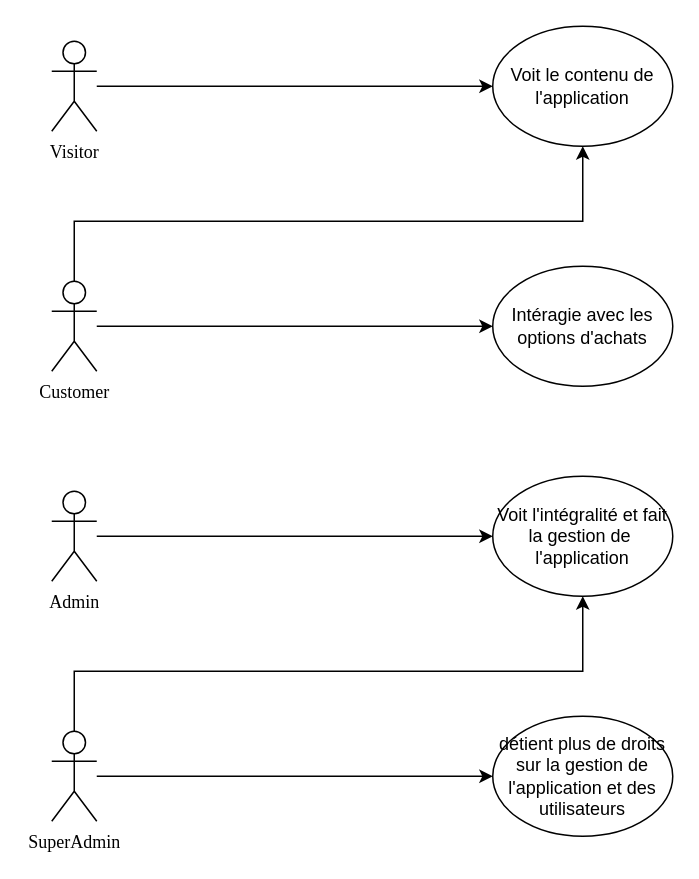
Earlier version of the draw.io diagram Projet4.drawio (Ashura100/Projet4). Source tidied: cells renumbered, new cells numbered last; positions are measured from the earlier drawing's top-left corner, leaving out a move shared by most shapes. Both pictures are drawn from the tidied source at 150%, with x=0, y=0 at pixel (51, 26).
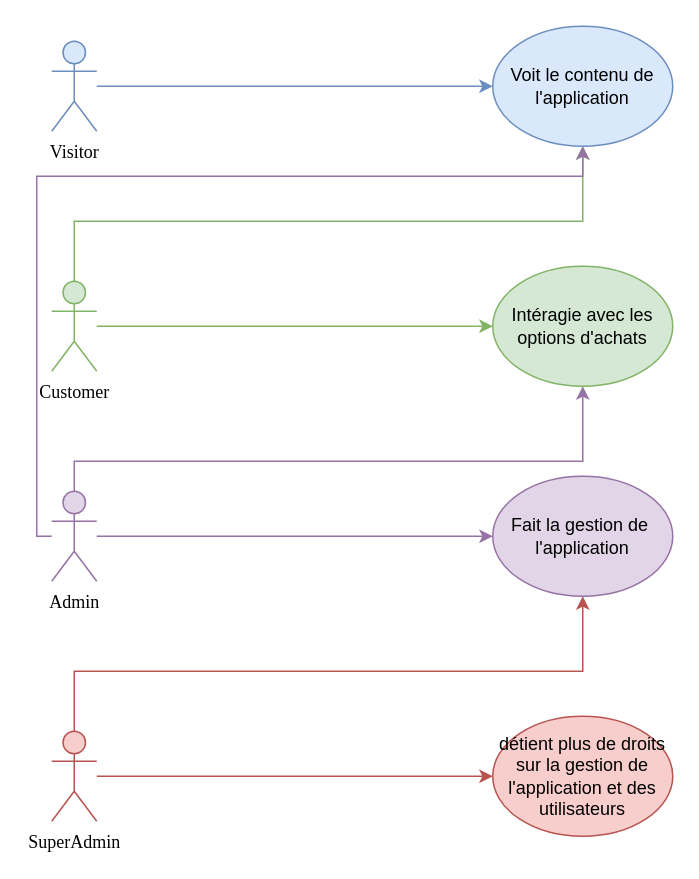
The same diagram, later.

Commit message:
Mettre à jour Projet4.drawio

What changed in the source:
```diff
@@
-    <mxCell id="2" style="edgeStyle=orthogonalEdgeStyle;rounded=0;jettySize=auto;html=1;entryX=0;entryY=0.5;entryDx=0;entryDy=0;" parent="1" edge="1" source="3" target="12">
+    <mxCell id="2" style="edgeStyle=orthogonalEdgeStyle;rounded=0;jettySize=auto;html=1;entryX=0;entryY=0.5;entryDx=0;entryDy=0;fillColor=#dae8fc;strokeColor=#6c8ebf;" parent="1" edge="1" source="3" target="12">
       <mxGeometry relative="1" as="geometry" />
     </mxCell>
-    <mxCell id="3" value="Visitor&lt;div&gt;&lt;br&gt;&lt;/div&gt;" style="shape=umlActor;verticalLabelPosition=bottom;verticalAlign=top;html=1;outlineConnect=0;fontFamily=Times New Roman;" parent="1" vertex="1">
+    <mxCell id="3" value="Visitor&lt;div&gt;&lt;br&gt;&lt;/div&gt;" style="shape=umlActor;verticalLabelPosition=bottom;verticalAlign=top;html=1;outlineConnect=0;fontFamily=Times New Roman;fillColor=#dae8fc;strokeColor=#6c8ebf;" parent="1" vertex="1">
       <mxGeometry y="10" width="30" height="60" as="geometry" />
     </mxCell>
-    <mxCell id="4" style="edgeStyle=orthogonalEdgeStyle;rounded=0;jettySize=auto;html=1;" parent="1" edge="1" source="6" target="13">
+    <mxCell id="4" style="edgeStyle=orthogonalEdgeStyle;rounded=0;jettySize=auto;html=1;fillColor=#d5e8d4;strokeColor=#82b366;" parent="1" edge="1" source="6" target="13">
       <mxGeometry relative="1" as="geometry" />
     </mxCell>
-    <mxCell id="5" style="edgeStyle=orthogonalEdgeStyle;rounded=0;jettySize=auto;html=1;" parent="1" edge="1" source="6" target="12">
+    <mxCell id="5" style="edgeStyle=orthogonalEdgeStyle;rounded=0;jettySize=auto;html=1;fillColor=#d5e8d4;strokeColor=#82b366;" parent="1" edge="1" source="6" target="12">
       <mxGeometry relative="1" as="geometry">
         <Array as="points">
           <mxPoint x="15" y="130" />
           <mxPoint x="354" y="130" />
         </Array>
       </mxGeometry>
     </mxCell>
-    <mxCell id="6" value="&lt;font face=&quot;Times New Roman&quot;&gt;Customer&lt;/font&gt;" style="shape=umlActor;verticalLabelPosition=bottom;verticalAlign=top;html=1;outlineConnect=0;" parent="1" vertex="1">
+    <mxCell id="6" value="&lt;font face=&quot;Times New Roman&quot;&gt;Customer&lt;/font&gt;" style="shape=umlActor;verticalLabelPosition=bottom;verticalAlign=top;html=1;outlineConnect=0;fillColor=#d5e8d4;strokeColor=#82b366;" parent="1" vertex="1">
       <mxGeometry y="170" width="30" height="60" as="geometry" />
     </mxCell>
-    <mxCell id="7" style="edgeStyle=orthogonalEdgeStyle;rounded=0;jettySize=auto;html=1;entryX=0;entryY=0.5;entryDx=0;entryDy=0;" parent="1" edge="1" source="8" target="14">
+    <mxCell id="7" style="edgeStyle=orthogonalEdgeStyle;rounded=0;jettySize=auto;html=1;entryX=0;entryY=0.5;entryDx=0;entryDy=0;fillColor=#e1d5e7;strokeColor=#9673a6;" parent="1" edge="1" source="8" target="14">
       <mxGeometry relative="1" as="geometry" />
     </mxCell>
+    <mxCell id="16" style="edgeStyle=orthogonalEdgeStyle;rounded=0;jettySize=auto;html=1;fillColor=#e1d5e7;strokeColor=#9673a6;" parent="1" edge="1" source="8" target="13">
+      <mxGeometry relative="1" as="geometry">
+        <Array as="points">
+          <mxPoint x="15" y="290" />
+          <mxPoint x="354" y="290" />
+        </Array>
+      </mxGeometry>
+    </mxCell>
+    <mxCell id="17" style="edgeStyle=orthogonalEdgeStyle;rounded=0;jettySize=auto;html=1;entryX=0.5;entryY=1;entryDx=0;entryDy=0;fillColor=#e1d5e7;strokeColor=#9673a6;" parent="1" edge="1" source="8" target="12">
+      <mxGeometry relative="1" as="geometry">
+        <Array as="points">
+          <mxPoint x="-10" y="340" />
+          <mxPoint x="-10" y="100" />
+          <mxPoint x="354" y="100" />
+        </Array>
+      </mxGeometry>
+    </mxCell>
-    <mxCell id="8" value="&lt;font face=&quot;Times New Roman&quot;&gt;Admin&lt;/font&gt;" style="shape=umlActor;verticalLabelPosition=bottom;verticalAlign=top;html=1;outlineConnect=0;" parent="1" vertex="1">
+    <mxCell id="8" value="&lt;font face=&quot;Times New Roman&quot;&gt;Admin&lt;/font&gt;" style="shape=umlActor;verticalLabelPosition=bottom;verticalAlign=top;html=1;outlineConnect=0;fillColor=#e1d5e7;strokeColor=#9673a6;" parent="1" vertex="1">
       <mxGeometry y="310" width="30" height="60" as="geometry" />
     </mxCell>
-    <mxCell id="9" style="edgeStyle=orthogonalEdgeStyle;rounded=0;jettySize=auto;html=1;" parent="1" edge="1" source="11" target="15">
+    <mxCell id="9" style="edgeStyle=orthogonalEdgeStyle;rounded=0;jettySize=auto;html=1;fillColor=#f8cecc;strokeColor=#b85450;" parent="1" edge="1" source="11" target="15">
       <mxGeometry relative="1" as="geometry" />
     </mxCell>
-    <mxCell id="10" style="edgeStyle=orthogonalEdgeStyle;rounded=0;jettySize=auto;html=1;entryX=0.5;entryY=1;entryDx=0;entryDy=0;" parent="1" edge="1" source="11" target="14">
+    <mxCell id="10" style="edgeStyle=orthogonalEdgeStyle;rounded=0;jettySize=auto;html=1;entryX=0.5;entryY=1;entryDx=0;entryDy=0;fillColor=#f8cecc;strokeColor=#b85450;" parent="1" edge="1" source="11" target="14">
       <mxGeometry relative="1" as="geometry">
         <Array as="points">
           <mxPoint x="15" y="430" />
           <mxPoint x="354" y="430" />
         </Array>
       </mxGeometry>
     </mxCell>
-    <mxCell id="11" value="&lt;font face=&quot;Times New Roman&quot;&gt;SuperAdmin&lt;/font&gt;" style="shape=umlActor;verticalLabelPosition=bottom;verticalAlign=top;html=1;outlineConnect=0;" parent="1" vertex="1">
+    <mxCell id="11" value="&lt;font face=&quot;Times New Roman&quot;&gt;SuperAdmin&lt;/font&gt;" style="shape=umlActor;verticalLabelPosition=bottom;verticalAlign=top;html=1;outlineConnect=0;fillColor=#f8cecc;strokeColor=#b85450;" parent="1" vertex="1">
       <mxGeometry y="470" width="30" height="60" as="geometry" />
     </mxCell>
-    <mxCell id="12" value="Voit le contenu de l'application" style="ellipse;whiteSpace=wrap;html=1;" parent="1" vertex="1">
+    <mxCell id="12" value="Voit le contenu de l'application" style="ellipse;whiteSpace=wrap;html=1;fillColor=#dae8fc;strokeColor=#6c8ebf;" parent="1" vertex="1">
       <mxGeometry x="294" width="120" height="80" as="geometry" />
     </mxCell>
-    <mxCell id="13" value="&lt;div&gt;&lt;span style=&quot;background-color: initial;&quot;&gt;Intéragie avec les options d'achats&lt;/span&gt;&lt;br&gt;&lt;/div&gt;" style="ellipse;whiteSpace=wrap;html=1;" parent="1" vertex="1">
+    <mxCell id="13" value="&lt;div&gt;&lt;span style=&quot;background-color: initial;&quot;&gt;Intéragie avec les options d'achats&lt;/span&gt;&lt;br&gt;&lt;/div&gt;" style="ellipse;whiteSpace=wrap;html=1;fillColor=#d5e8d4;strokeColor=#82b366;" parent="1" vertex="1">
       <mxGeometry x="294" y="160" width="120" height="80" as="geometry" />
     </mxCell>
-    <mxCell id="14" value="Voit l'intégralité et fait la gestion de&amp;nbsp; l'application" style="ellipse;whiteSpace=wrap;html=1;" parent="1" vertex="1">
+    <mxCell id="14" value="Fait la gestion de&amp;nbsp; l'application" style="ellipse;whiteSpace=wrap;html=1;fillColor=#e1d5e7;strokeColor=#9673a6;" parent="1" vertex="1">
       <mxGeometry x="294" y="300" width="120" height="80" as="geometry" />
     </mxCell>
-    <mxCell id="15" value="détient plus de droits sur la gestion de l'application et des utilisateurs" style="ellipse;whiteSpace=wrap;html=1;" parent="1" vertex="1">
+    <mxCell id="15" value="détient plus de droits sur la gestion de l'application et des utilisateurs" style="ellipse;whiteSpace=wrap;html=1;fillColor=#f8cecc;strokeColor=#b85450;" parent="1" vertex="1">
       <mxGeometry x="294" y="460" width="120" height="80" as="geometry" />
     </mxCell>
```
